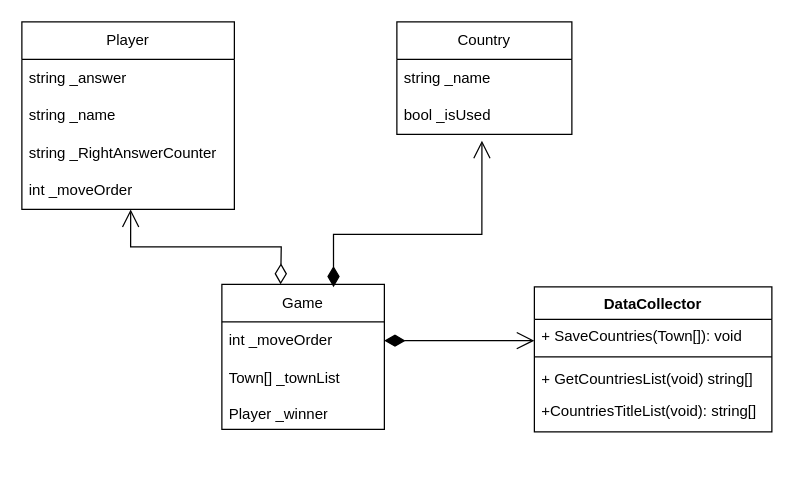
Earlier version of the draw.io diagram Диаграмма без названия.drawio (Dasadno/CW). Source tidied: cells renumbered, new cells numbered last; positions are measured from the earlier drawing's top-left corner, leaving out a move shared by most shapes. Both pictures are drawn from the tidied source at 125%, with x=0, y=0 at pixel (21, 21).
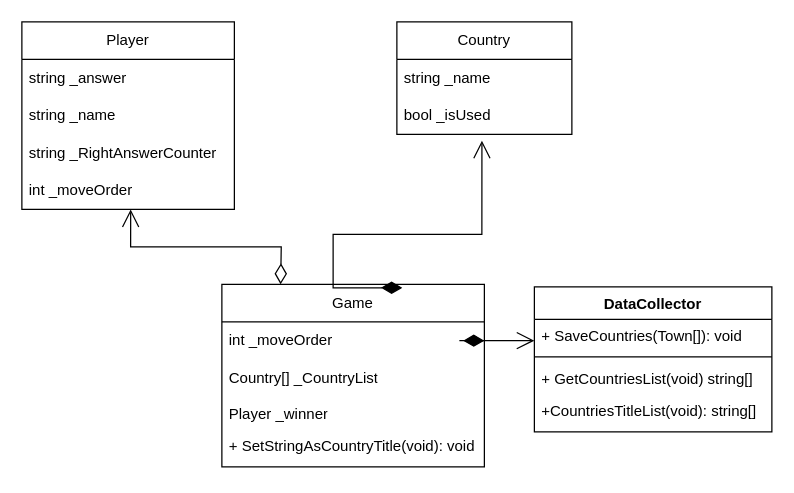
The same diagram, later.

Commit message:
and one more rework

Diff of the diagram source:
```diff
@@
     <mxCell id="10" value="Game" style="swimlane;fontStyle=0;horizontal=1;startSize=30;whiteSpace=wrap;html=1;" parent="1" vertex="1">
-      <mxGeometry x="160" y="210" width="130" height="116" as="geometry" />
+      <mxGeometry x="160" y="210" width="210" height="146" as="geometry" />
     </mxCell>
     <mxCell id="11" value="int _moveOrder" style="text;strokeColor=none;fillColor=none;align=left;verticalAlign=middle;spacingLeft=4;spacingRight=4;overflow=hidden;points=[[0,0.5],[1,0.5]];portConstraint=eastwest;whiteSpace=wrap;html=1;" parent="10" vertex="1">
-      <mxGeometry y="30" width="130" height="30" as="geometry" />
+      <mxGeometry y="30" width="210" height="30" as="geometry" />
     </mxCell>
-    <mxCell id="12" value="Town[] _townList" style="text;strokeColor=none;fillColor=none;align=left;verticalAlign=middle;spacingLeft=4;spacingRight=4;overflow=hidden;whiteSpace=wrap;html=1;" parent="10" vertex="1">
-      <mxGeometry y="60" width="130" height="30" as="geometry" />
+    <mxCell id="12" value="Country[] _CountryList" style="text;strokeColor=none;fillColor=none;align=left;verticalAlign=middle;spacingLeft=4;spacingRight=4;overflow=hidden;whiteSpace=wrap;html=1;" parent="10" vertex="1">
+      <mxGeometry y="60" width="210" height="30" as="geometry" />
     </mxCell>
     <mxCell id="13" value="Player _winner" style="text;strokeColor=none;fillColor=none;align=left;verticalAlign=top;spacingLeft=4;spacingRight=4;overflow=hidden;whiteSpace=wrap;html=1;" parent="10" vertex="1">
-      <mxGeometry y="90" width="130" height="26" as="geometry" />
+      <mxGeometry y="90" width="210" height="26" as="geometry" />
     </mxCell>
+    <mxCell id="22" value="+ SetStringAsCountryTitle(void): void" style="text;strokeColor=none;fillColor=none;align=left;verticalAlign=top;spacingLeft=4;spacingRight=4;overflow=hidden;whiteSpace=wrap;html=1;" parent="10" vertex="1">
+      <mxGeometry y="116" width="210" height="30" as="geometry" />
+    </mxCell>
```
